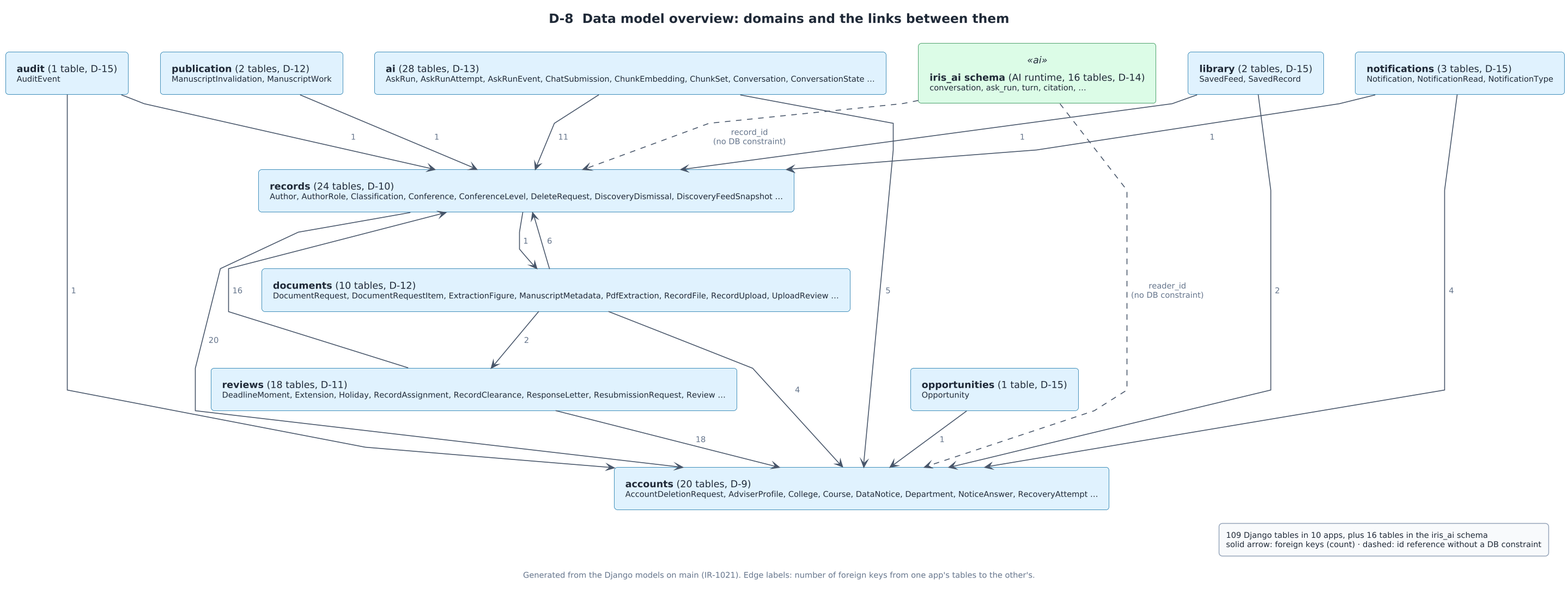
Above: docs/diagrams/section-d/png/D-08-erd-overview.png in moisturicer/IRIS (PlantUML), before the change. Its source is kept beside it as docs/diagrams/section-d/src/D-08-erd-overview.puml. Source of this version:
```plantuml
@startuml
!include ../iris-style.puml
hide methods
skinparam LineType ortho
title D-8  Data model overview: domains and the links between them
caption Generated from the Django models on main (IR-1021). Edge labels: number of foreign keys from one app's tables to the other's.
skinparam LineType polyline
rectangle "<b>accounts</b> (20 tables, D-9)\n<size:10>AccountDeletionRequest, AdviserProfile, College, Course, DataNotice, Department, NoticeAnswer, RecoveryAttempt …</size>" as accounts
rectangle "<b>ai</b> (28 tables, D-13)\n<size:10>AskRun, AskRunAttempt, AskRunEvent, ChatSubmission, ChunkEmbedding, ChunkSet, Conversation, ConversationState …</size>" as ai
rectangle "<b>audit</b> (1 table, D-15)\n<size:10>AuditEvent</size>" as audit
rectangle "<b>documents</b> (10 tables, D-12)\n<size:10>DocumentRequest, DocumentRequestItem, ExtractionFigure, ManuscriptMetadata, PdfExtraction, RecordFile, RecordUpload, UploadReview …</size>" as documents
rectangle "<b>library</b> (2 tables, D-15)\n<size:10>SavedFeed, SavedRecord</size>" as library
rectangle "<b>notifications</b> (3 tables, D-15)\n<size:10>Notification, NotificationRead, NotificationType</size>" as notifications
rectangle "<b>opportunities</b> (1 table, D-15)\n<size:10>Opportunity</size>" as opportunities
rectangle "<b>publication</b> (2 tables, D-12)\n<size:10>ManuscriptInvalidation, ManuscriptWork</size>" as publication
rectangle "<b>records</b> (24 tables, D-10)\n<size:10>Author, AuthorRole, Classification, Conference, ConferenceLevel, DeleteRequest, DiscoveryDismissal, DiscoveryFeedSnapshot …</size>" as records
rectangle "<b>reviews</b> (18 tables, D-11)\n<size:10>DeadlineMoment, Extension, Holiday, RecordAssignment, RecordClearance, ResponseLetter, ResubmissionRequest, Review …</size>" as reviews
rectangle "<b>iris_ai schema</b> (AI runtime, 16 tables, D-14)\n<size:10>conversation, ask_run, turn, citation, …</size>" as iris_ai <<ai>>
ai --> accounts : 5
ai --> records : 11
audit --> accounts : 1
audit --> records : 1
documents --> accounts : 4
documents --> records : 6
documents --> reviews : 2
library --> accounts : 2
library --> records : 1
notifications --> accounts : 4
notifications --> records : 1
opportunities --> accounts : 1
publication --> records : 1
records --> accounts : 20
records --> documents : 1
reviews --> accounts : 18
reviews --> records : 16
iris_ai ..> accounts : reader_id\n(no DB constraint)
iris_ai ..> records : record_id\n(no DB constraint)
legend right
  109 Django tables in 10 apps, plus 16 tables in the iris_ai schema
  solid arrow: foreign keys (count) · dashed: id reference without a DB constraint
endlegend
@enduml
```
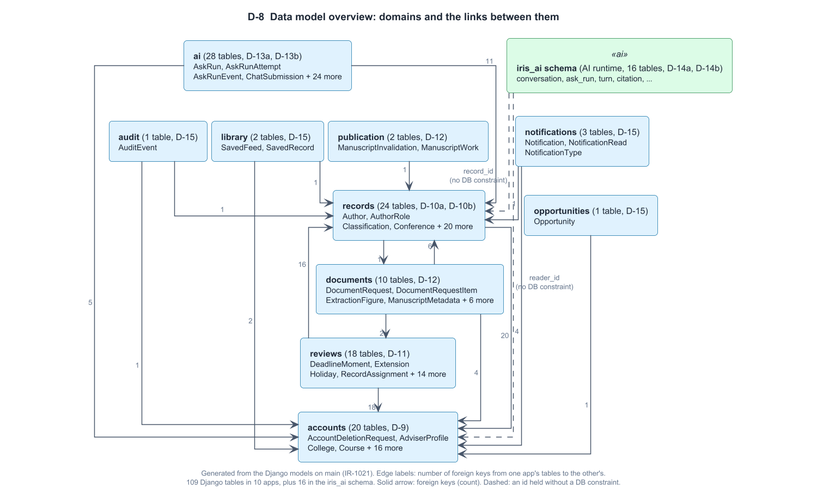
Later version of the same file.

The edit, as a diff of the source:
```diff
@@ -2,20 +2,22 @@
 !include ../iris-style.puml
 hide methods
 skinparam LineType ortho
+skinparam nodesep 6
+skinparam ranksep 30
 title D-8  Data model overview: domains and the links between them
-caption Generated from the Django models on main (IR-1021). Edge labels: number of foreign keys from one app's tables to the other's.
-skinparam LineType polyline
-rectangle "<b>accounts</b> (20 tables, D-9)\n<size:10>AccountDeletionRequest, AdviserProfile, College, Course, DataNotice, Department, NoticeAnswer, RecoveryAttempt …</size>" as accounts
-rectangle "<b>ai</b> (28 tables, D-13)\n<size:10>AskRun, AskRunAttempt, AskRunEvent, ChatSubmission, ChunkEmbedding, ChunkSet, Conversation, ConversationState …</size>" as ai
+caption Generated from the Django models on main (IR-1021). Edge labels: number of foreign keys from one app's tables to the other's.\n109 Django tables in 10 apps, plus 16 in the iris_ai schema. Solid arrow: foreign keys (count). Dashed: an id held without a DB constraint.
+top to bottom direction
+rectangle "<b>accounts</b> (20 tables, D-9)\n<size:10>AccountDeletionRequest, AdviserProfile</size>\n<size:10>College, Course + 16 more</size>" as accounts
+rectangle "<b>ai</b> (28 tables, D-13a, D-13b)\n<size:10>AskRun, AskRunAttempt</size>\n<size:10>AskRunEvent, ChatSubmission + 24 more</size>" as ai
 rectangle "<b>audit</b> (1 table, D-15)\n<size:10>AuditEvent</size>" as audit
-rectangle "<b>documents</b> (10 tables, D-12)\n<size:10>DocumentRequest, DocumentRequestItem, ExtractionFigure, ManuscriptMetadata, PdfExtraction, RecordFile, RecordUpload, UploadReview …</size>" as documents
+rectangle "<b>documents</b> (10 tables, D-12)\n<size:10>DocumentRequest, DocumentRequestItem</size>\n<size:10>ExtractionFigure, ManuscriptMetadata + 6 more</size>" as documents
 rectangle "<b>library</b> (2 tables, D-15)\n<size:10>SavedFeed, SavedRecord</size>" as library
-rectangle "<b>notifications</b> (3 tables, D-15)\n<size:10>Notification, NotificationRead, NotificationType</size>" as notifications
+rectangle "<b>notifications</b> (3 tables, D-15)\n<size:10>Notification, NotificationRead</size>\n<size:10>NotificationType</size>" as notifications
 rectangle "<b>opportunities</b> (1 table, D-15)\n<size:10>Opportunity</size>" as opportunities
 rectangle "<b>publication</b> (2 tables, D-12)\n<size:10>ManuscriptInvalidation, ManuscriptWork</size>" as publication
-rectangle "<b>records</b> (24 tables, D-10)\n<size:10>Author, AuthorRole, Classification, Conference, ConferenceLevel, DeleteRequest, DiscoveryDismissal, DiscoveryFeedSnapshot …</size>" as records
-rectangle "<b>reviews</b> (18 tables, D-11)\n<size:10>DeadlineMoment, Extension, Holiday, RecordAssignment, RecordClearance, ResponseLetter, ResubmissionRequest, Review …</size>" as reviews
-rectangle "<b>iris_ai schema</b> (AI runtime, 16 tables, D-14)\n<size:10>conversation, ask_run, turn, citation, …</size>" as iris_ai <<ai>>
+rectangle "<b>records</b> (24 tables, D-10a, D-10b)\n<size:10>Author, AuthorRole</size>\n<size:10>Classification, Conference + 20 more</size>" as records
+rectangle "<b>reviews</b> (18 tables, D-11)\n<size:10>DeadlineMoment, Extension</size>\n<size:10>Holiday, RecordAssignment + 14 more</size>" as reviews
+rectangle "<b>iris_ai schema</b> (AI runtime, 16 tables, D-14a, D-14b)\n<size:10>conversation, ask_run, turn, citation, …</size>" as iris_ai <<ai>>
 ai --> accounts : 5
 ai --> records : 11
 audit --> accounts : 1
@@ -34,9 +36,10 @@
 reviews --> accounts : 18
 reviews --> records : 16
 iris_ai ..> accounts : reader_id\n(no DB constraint)
+ai -[hidden]down- audit
+ai -[hidden]down- library
+ai -[hidden]down- publication
+iris_ai -[hidden]down- notifications
+iris_ai -[hidden]down- opportunities
 iris_ai ..> records : record_id\n(no DB constraint)
-legend right
-  109 Django tables in 10 apps, plus 16 tables in the iris_ai schema
-  solid arrow: foreign keys (count) · dashed: id reference without a DB constraint
-endlegend
 @enduml
```
